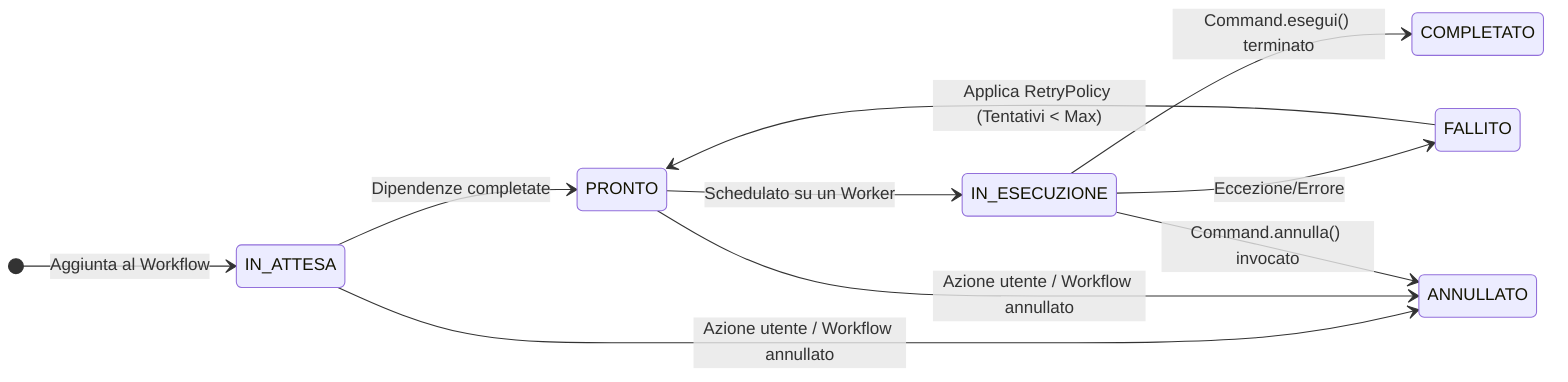
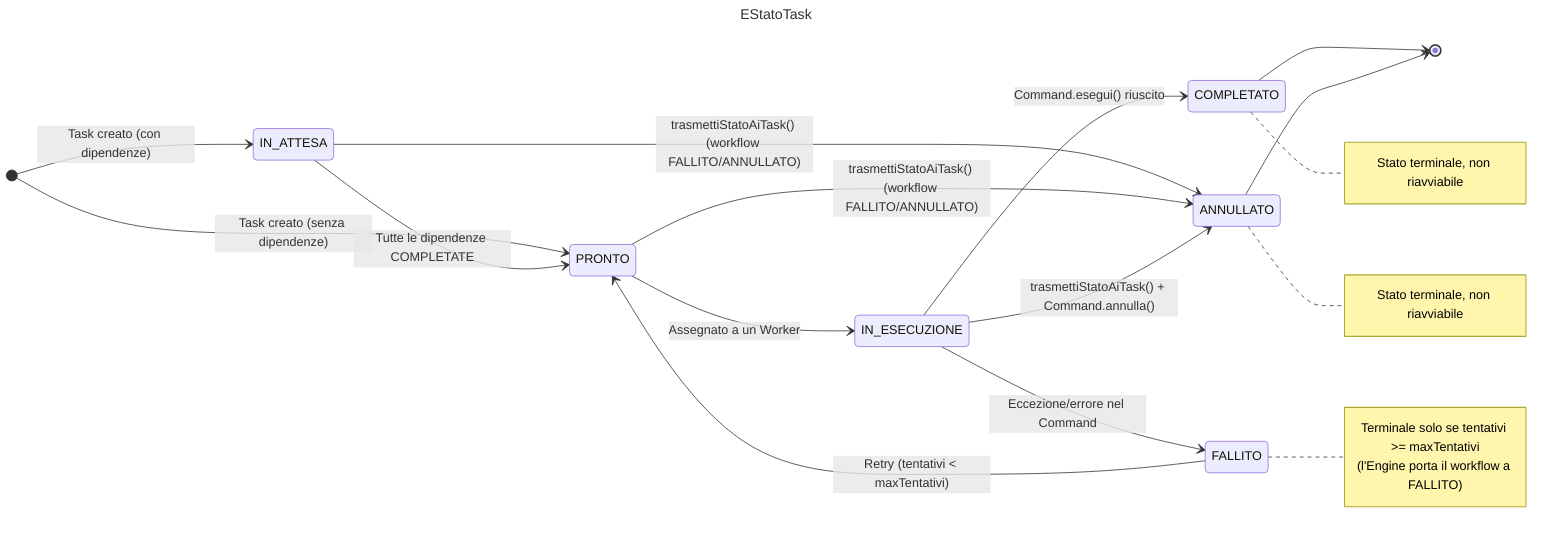
+ ---
+ title: EStatoTask
+ ---
stateDiagram-v2
    direction LR

-     [*] --> IN_ATTESA : Aggiunta al Workflow
+     [*] --> IN_ATTESA : Task creato (con dipendenze)
+     [*] --> PRONTO : Task creato (senza dipendenze)

-     IN_ATTESA --> PRONTO : Dipendenze completate
-     PRONTO --> IN_ESECUZIONE : Schedulato su un Worker
+     IN_ATTESA --> PRONTO : Tutte le dipendenze COMPLETATE
+     PRONTO --> IN_ESECUZIONE : Assegnato a un Worker

-     IN_ESECUZIONE --> COMPLETATO : Command.esegui() terminato
-     IN_ESECUZIONE --> FALLITO : Eccezione/Errore
+     IN_ESECUZIONE --> COMPLETATO : Command.esegui() riuscito
+     IN_ESECUZIONE --> FALLITO : Eccezione/errore nel Command

-     FALLITO --> PRONTO : Applica RetryPolicy (Tentativi < Max)
+     FALLITO --> PRONTO : Retry (tentativi < maxTentativi)

-     IN_ATTESA --> ANNULLATO : Azione utente / Workflow annullato
-     PRONTO --> ANNULLATO : Azione utente / Workflow annullato
-     IN_ESECUZIONE --> ANNULLATO : Command.annulla() invocato
+     IN_ATTESA --> ANNULLATO : trasmettiStatoAiTask() (workflow FALLITO/ANNULLATO)
+     PRONTO --> ANNULLATO : trasmettiStatoAiTask() (workflow FALLITO/ANNULLATO)
+     IN_ESECUZIONE --> ANNULLATO : trasmettiStatoAiTask() + Command.annulla()

+     COMPLETATO --> [*]
+     ANNULLATO --> [*]
+ 
+     note right of COMPLETATO
+         Stato terminale, non riavviabile
+     end note
+     note right of ANNULLATO
+         Stato terminale, non riavviabile
+     end note
+     note right of FALLITO
+         Terminale solo se tentativi >= maxTentativi
+         (l'Engine porta il workflow a FALLITO)
+     end note
